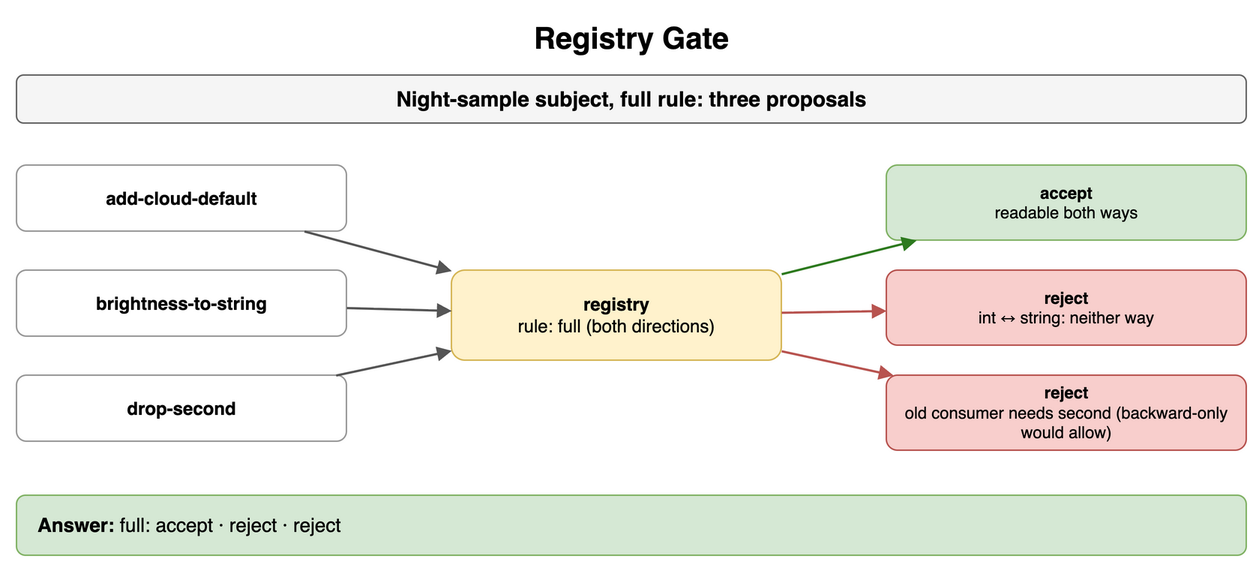
Above: content/09_System_Design_Interview/14_Encoding_Serialization_and_Schema_Evolution/diagrams/encoding-drills-7-registry-gate.png in amendez13/swe-study-guide (draw.io), before the change. Source tidied: cells renumbered, new cells last; positions are measured from the earlier drawing's top-left corner, leaving out a move shared by most shapes. Its diagram source:
```xml
<mxGraphModel>
  <root>
    <mxCell id="0" />
    <mxCell id="1" parent="0" />
    <mxCell id="2" value="Registry Gate" style="text;html=1;align=center;verticalAlign=middle;whiteSpace=wrap;fontSize=20;fontStyle=1;" parent="1" vertex="1">
      <mxGeometry width="820" height="30" as="geometry" />
    </mxCell>
    <mxCell id="3" value="Night-sample subject, full rule: three proposals" style="rounded=1;whiteSpace=wrap;html=1;fillColor=#f5f5f5;strokeColor=#666666;fontStyle=1;fontSize=14;" parent="1" vertex="1">
      <mxGeometry y="40" width="820" height="32" as="geometry" />
    </mxCell>
    <mxCell id="4" value="registry&lt;br&gt;&lt;span style='font-weight:normal'&gt;rule: full (both directions)&lt;/span&gt;" style="rounded=1;whiteSpace=wrap;html=1;fillColor=#fff2cc;strokeColor=#d6b656;fontSize=12;align=center;fontStyle=1;" parent="1" vertex="1">
      <mxGeometry x="290" y="170" width="220" height="60" as="geometry" />
    </mxCell>
    <mxCell id="5" value="add-cloud-default" style="rounded=1;whiteSpace=wrap;html=1;fillColor=#ffffff;strokeColor=#999999;fontSize=12;align=center;fontStyle=1;" parent="1" vertex="1">
      <mxGeometry y="100" width="220" height="44" as="geometry" />
    </mxCell>
    <mxCell id="6" style="endArrow=block;endSize=6;html=1;strokeWidth=1.5;strokeColor=#555555;fontSize=11;labelBackgroundColor=#ffffff;" parent="1" edge="1" source="5" target="4">
      <mxGeometry relative="1" as="geometry" />
    </mxCell>
    <mxCell id="7" value="accept&lt;br&gt;&lt;span style='font-weight:normal'&gt;readable both ways&lt;/span&gt;" style="rounded=1;whiteSpace=wrap;html=1;fillColor=#d5e8d4;strokeColor=#82b366;fontSize=11;align=center;fontStyle=1;" parent="1" vertex="1">
      <mxGeometry x="580" y="100" width="240" height="50" as="geometry" />
    </mxCell>
    <mxCell id="8" style="endArrow=block;endSize=6;html=1;strokeWidth=1.5;strokeColor=#2d7a1f;fontSize=11;labelBackgroundColor=#ffffff;fontColor=#2d7a1f;fontStyle=1;" parent="1" edge="1" source="4" target="7">
      <mxGeometry relative="1" as="geometry" />
    </mxCell>
    <mxCell id="9" value="brightness-to-string" style="rounded=1;whiteSpace=wrap;html=1;fillColor=#ffffff;strokeColor=#999999;fontSize=12;align=center;fontStyle=1;" parent="1" vertex="1">
      <mxGeometry y="170" width="220" height="44" as="geometry" />
    </mxCell>
    <mxCell id="10" style="endArrow=block;endSize=6;html=1;strokeWidth=1.5;strokeColor=#555555;fontSize=11;labelBackgroundColor=#ffffff;" parent="1" edge="1" source="9" target="4">
      <mxGeometry relative="1" as="geometry" />
    </mxCell>
    <mxCell id="11" value="reject&lt;br&gt;&lt;span style='font-weight:normal'&gt;int ↔ string: neither way&lt;/span&gt;" style="rounded=1;whiteSpace=wrap;html=1;fillColor=#f8cecc;strokeColor=#b85450;fontSize=11;align=center;fontStyle=1;" parent="1" vertex="1">
      <mxGeometry x="580" y="170" width="240" height="50" as="geometry" />
    </mxCell>
    <mxCell id="12" style="endArrow=block;endSize=6;html=1;strokeWidth=1.5;strokeColor=#b85450;fontSize=11;labelBackgroundColor=#ffffff;fontColor=#b85450;fontStyle=1;" parent="1" edge="1" source="4" target="11">
      <mxGeometry relative="1" as="geometry" />
    </mxCell>
    <mxCell id="13" value="drop-second" style="rounded=1;whiteSpace=wrap;html=1;fillColor=#ffffff;strokeColor=#999999;fontSize=12;align=center;fontStyle=1;" parent="1" vertex="1">
      <mxGeometry y="240" width="220" height="44" as="geometry" />
    </mxCell>
    <mxCell id="14" style="endArrow=block;endSize=6;html=1;strokeWidth=1.5;strokeColor=#555555;fontSize=11;labelBackgroundColor=#ffffff;" parent="1" edge="1" source="13" target="4">
      <mxGeometry relative="1" as="geometry" />
    </mxCell>
    <mxCell id="15" value="reject&lt;br&gt;&lt;span style='font-weight:normal'&gt;old consumer needs second (backward-only would allow)&lt;/span&gt;" style="rounded=1;whiteSpace=wrap;html=1;fillColor=#f8cecc;strokeColor=#b85450;fontSize=11;align=center;fontStyle=1;" parent="1" vertex="1">
      <mxGeometry x="580" y="240" width="240" height="50" as="geometry" />
    </mxCell>
    <mxCell id="16" style="endArrow=block;endSize=6;html=1;strokeWidth=1.5;strokeColor=#b85450;fontSize=11;labelBackgroundColor=#ffffff;fontColor=#b85450;fontStyle=1;" parent="1" edge="1" source="4" target="15">
      <mxGeometry relative="1" as="geometry" />
    </mxCell>
    <mxCell id="17" value="&lt;b&gt;Answer:&lt;/b&gt; full: accept · reject · reject" style="rounded=1;whiteSpace=wrap;html=1;fillColor=#d5e8d4;strokeColor=#82b366;fontSize=13;align=left;spacingLeft=12;" parent="1" vertex="1">
      <mxGeometry y="320" width="820" height="40" as="geometry" />
    </mxCell>
  </root>
</mxGraphModel>
```
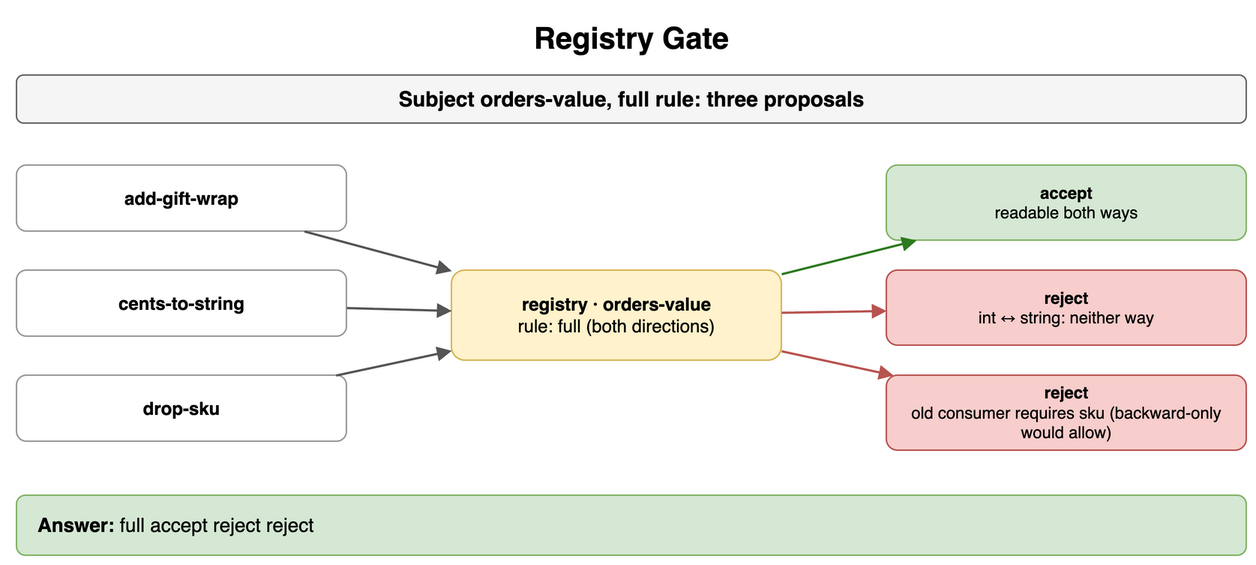
The same diagram one commit later.

The edit, as a diff of the source:
```diff
@@ -5,13 +5,13 @@
     <mxCell id="2" value="Registry Gate" style="text;html=1;align=center;verticalAlign=middle;whiteSpace=wrap;fontSize=20;fontStyle=1;" parent="1" vertex="1">
       <mxGeometry width="820" height="30" as="geometry" />
     </mxCell>
-    <mxCell id="3" value="Night-sample subject, full rule: three proposals" style="rounded=1;whiteSpace=wrap;html=1;fillColor=#f5f5f5;strokeColor=#666666;fontStyle=1;fontSize=14;" parent="1" vertex="1">
+    <mxCell id="3" value="Subject orders-value, full rule: three proposals" style="rounded=1;whiteSpace=wrap;html=1;fillColor=#f5f5f5;strokeColor=#666666;fontStyle=1;fontSize=14;" parent="1" vertex="1">
       <mxGeometry y="40" width="820" height="32" as="geometry" />
     </mxCell>
-    <mxCell id="4" value="registry&lt;br&gt;&lt;span style='font-weight:normal'&gt;rule: full (both directions)&lt;/span&gt;" style="rounded=1;whiteSpace=wrap;html=1;fillColor=#fff2cc;strokeColor=#d6b656;fontSize=12;align=center;fontStyle=1;" parent="1" vertex="1">
+    <mxCell id="4" value="registry · orders-value&lt;br&gt;&lt;span style='font-weight:normal'&gt;rule: full (both directions)&lt;/span&gt;" style="rounded=1;whiteSpace=wrap;html=1;fillColor=#fff2cc;strokeColor=#d6b656;fontSize=12;align=center;fontStyle=1;" parent="1" vertex="1">
       <mxGeometry x="290" y="170" width="220" height="60" as="geometry" />
     </mxCell>
-    <mxCell id="5" value="add-cloud-default" style="rounded=1;whiteSpace=wrap;html=1;fillColor=#ffffff;strokeColor=#999999;fontSize=12;align=center;fontStyle=1;" parent="1" vertex="1">
+    <mxCell id="5" value="add-gift-wrap" style="rounded=1;whiteSpace=wrap;html=1;fillColor=#ffffff;strokeColor=#999999;fontSize=12;align=center;fontStyle=1;" parent="1" vertex="1">
       <mxGeometry y="100" width="220" height="44" as="geometry" />
     </mxCell>
     <mxCell id="6" style="endArrow=block;endSize=6;html=1;strokeWidth=1.5;strokeColor=#555555;fontSize=11;labelBackgroundColor=#ffffff;" parent="1" edge="1" source="5" target="4">
@@ -23,7 +23,7 @@
     <mxCell id="8" style="endArrow=block;endSize=6;html=1;strokeWidth=1.5;strokeColor=#2d7a1f;fontSize=11;labelBackgroundColor=#ffffff;fontColor=#2d7a1f;fontStyle=1;" parent="1" edge="1" source="4" target="7">
       <mxGeometry relative="1" as="geometry" />
     </mxCell>
-    <mxCell id="9" value="brightness-to-string" style="rounded=1;whiteSpace=wrap;html=1;fillColor=#ffffff;strokeColor=#999999;fontSize=12;align=center;fontStyle=1;" parent="1" vertex="1">
+    <mxCell id="9" value="cents-to-string" style="rounded=1;whiteSpace=wrap;html=1;fillColor=#ffffff;strokeColor=#999999;fontSize=12;align=center;fontStyle=1;" parent="1" vertex="1">
       <mxGeometry y="170" width="220" height="44" as="geometry" />
     </mxCell>
     <mxCell id="10" style="endArrow=block;endSize=6;html=1;strokeWidth=1.5;strokeColor=#555555;fontSize=11;labelBackgroundColor=#ffffff;" parent="1" edge="1" source="9" target="4">
@@ -35,19 +35,19 @@
     <mxCell id="12" style="endArrow=block;endSize=6;html=1;strokeWidth=1.5;strokeColor=#b85450;fontSize=11;labelBackgroundColor=#ffffff;fontColor=#b85450;fontStyle=1;" parent="1" edge="1" source="4" target="11">
       <mxGeometry relative="1" as="geometry" />
     </mxCell>
-    <mxCell id="13" value="drop-second" style="rounded=1;whiteSpace=wrap;html=1;fillColor=#ffffff;strokeColor=#999999;fontSize=12;align=center;fontStyle=1;" parent="1" vertex="1">
+    <mxCell id="13" value="drop-sku" style="rounded=1;whiteSpace=wrap;html=1;fillColor=#ffffff;strokeColor=#999999;fontSize=12;align=center;fontStyle=1;" parent="1" vertex="1">
       <mxGeometry y="240" width="220" height="44" as="geometry" />
     </mxCell>
     <mxCell id="14" style="endArrow=block;endSize=6;html=1;strokeWidth=1.5;strokeColor=#555555;fontSize=11;labelBackgroundColor=#ffffff;" parent="1" edge="1" source="13" target="4">
       <mxGeometry relative="1" as="geometry" />
     </mxCell>
-    <mxCell id="15" value="reject&lt;br&gt;&lt;span style='font-weight:normal'&gt;old consumer needs second (backward-only would allow)&lt;/span&gt;" style="rounded=1;whiteSpace=wrap;html=1;fillColor=#f8cecc;strokeColor=#b85450;fontSize=11;align=center;fontStyle=1;" parent="1" vertex="1">
+    <mxCell id="15" value="reject&lt;br&gt;&lt;span style='font-weight:normal'&gt;old consumer requires sku (backward-only would allow)&lt;/span&gt;" style="rounded=1;whiteSpace=wrap;html=1;fillColor=#f8cecc;strokeColor=#b85450;fontSize=11;align=center;fontStyle=1;" parent="1" vertex="1">
       <mxGeometry x="580" y="240" width="240" height="50" as="geometry" />
     </mxCell>
     <mxCell id="16" style="endArrow=block;endSize=6;html=1;strokeWidth=1.5;strokeColor=#b85450;fontSize=11;labelBackgroundColor=#ffffff;fontColor=#b85450;fontStyle=1;" parent="1" edge="1" source="4" target="15">
       <mxGeometry relative="1" as="geometry" />
     </mxCell>
-    <mxCell id="17" value="&lt;b&gt;Answer:&lt;/b&gt; full: accept · reject · reject" style="rounded=1;whiteSpace=wrap;html=1;fillColor=#d5e8d4;strokeColor=#82b366;fontSize=13;align=left;spacingLeft=12;" parent="1" vertex="1">
+    <mxCell id="17" value="&lt;b&gt;Answer:&lt;/b&gt; full accept reject reject" style="rounded=1;whiteSpace=wrap;html=1;fillColor=#d5e8d4;strokeColor=#82b366;fontSize=13;align=left;spacingLeft=12;" parent="1" vertex="1">
       <mxGeometry y="320" width="820" height="40" as="geometry" />
     </mxCell>
   </root>
```
